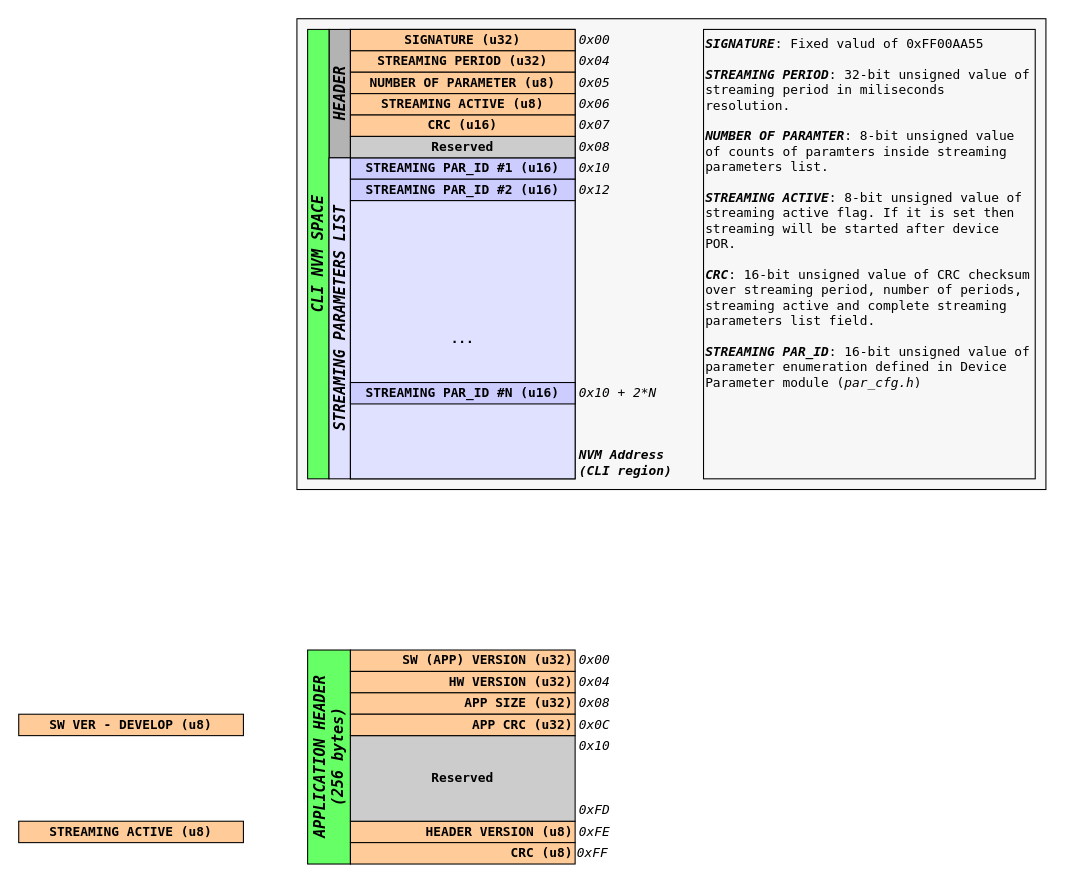
Before: doc/Revision_drawings.drawio in GeneralEmbeddedCLibraries/revision, a draw.io diagram. Source tidied: cells renumbered, new cells numbered last; positions are measured from the earlier drawing's top-left corner, leaving out a move shared by most shapes. Both pictures are drawn from the tidied source at 107%, with x=0, y=0 at pixel (18, 18).
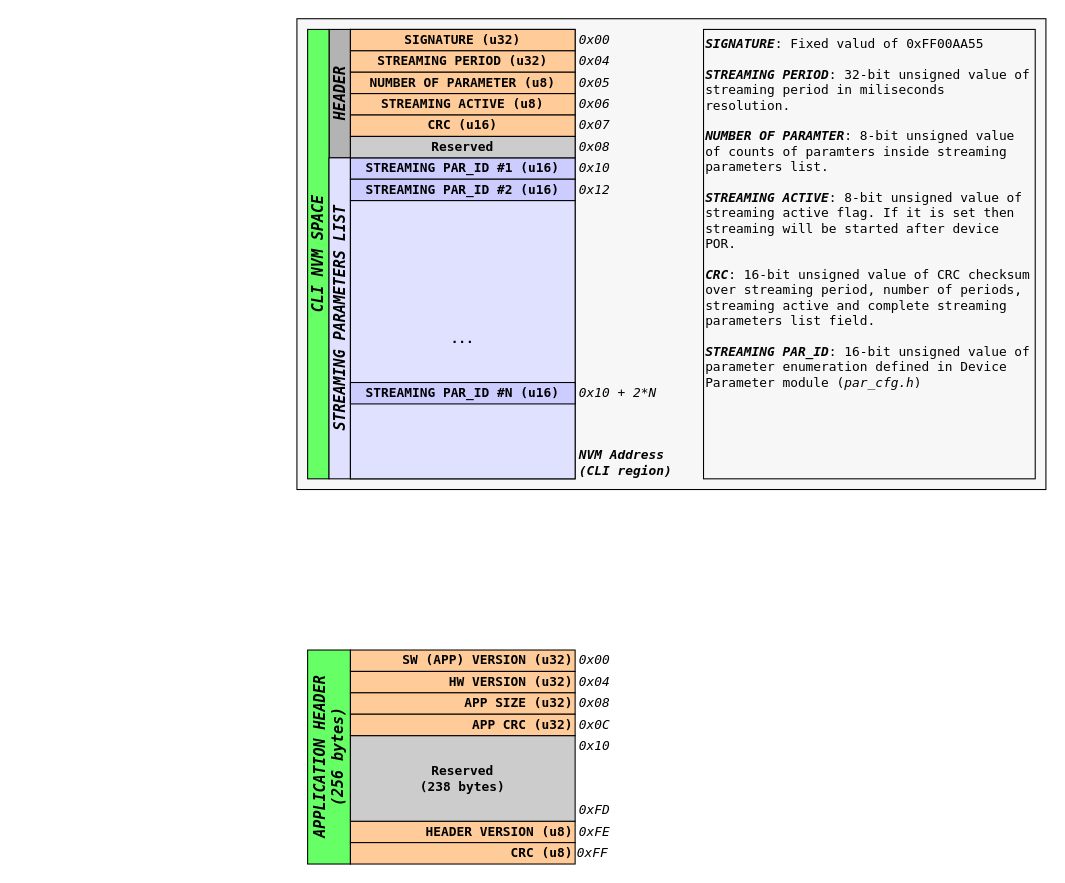
Above is the later version.

Commit message (it also covers changes not shown here):
- redefine application header - updated drawings

The edit, as a diff of the source:
```diff
@@
-    <mxCell id="32" value="SW VER - DEVELOP (u8)" style="rounded=0;whiteSpace=wrap;html=1;strokeWidth=1;fontFamily=Lucida Console;fillColor=#FFCC99;fontStyle=1;" parent="1" vertex="1">
-      <mxGeometry y="650" width="210" height="20" as="geometry" />
-    </mxCell>
@@
-    <mxCell id="38" value="STREAMING ACTIVE (u8)" style="rounded=0;whiteSpace=wrap;html=1;strokeWidth=1;fontFamily=Lucida Console;fillColor=#FFCC99;fontStyle=1;" parent="1" vertex="1">
-      <mxGeometry y="750" width="210" height="20" as="geometry" />
-    </mxCell>
@@
-    <mxCell id="41" value="Reserved" style="rounded=0;whiteSpace=wrap;html=1;strokeWidth=1;fontFamily=Lucida Console;fillColor=#CCCCCC;fontStyle=1;" parent="1" vertex="1">
+    <mxCell id="41" value="Reserved&lt;br&gt;(238 bytes)" style="rounded=0;whiteSpace=wrap;html=1;strokeWidth=1;fontFamily=Lucida Console;fillColor=#CCCCCC;fontStyle=1;" parent="1" vertex="1">
       <mxGeometry x="310" y="670" width="210" height="80" as="geometry" />
     </mxCell>
```
